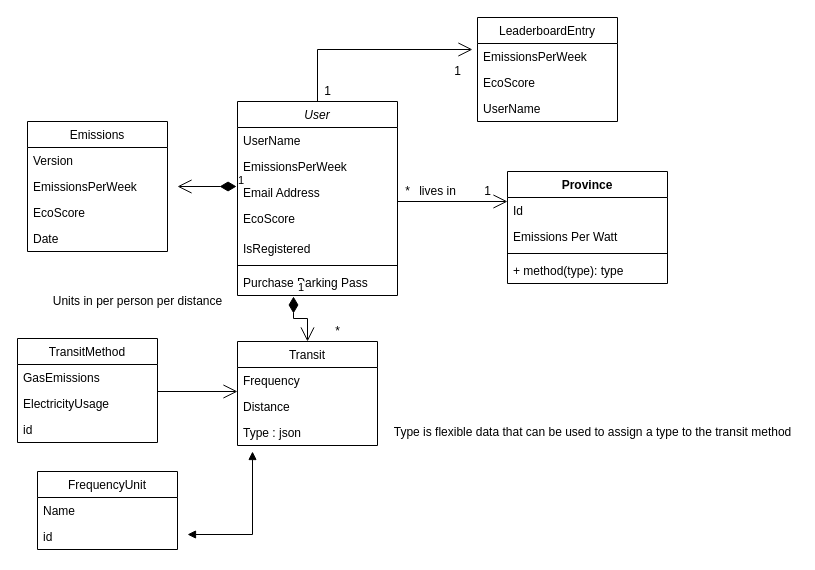
Before: Untitled Diagram.drawio in chrisvettese/microsoft-hackathon-2021, a draw.io diagram. Source tidied: cells renumbered, new cells numbered last; positions are measured from the earlier drawing's top-left corner, leaving out a move shared by most shapes. Both pictures are drawn from the tidied source at 100%, with x=0, y=0 at pixel (17, 17).
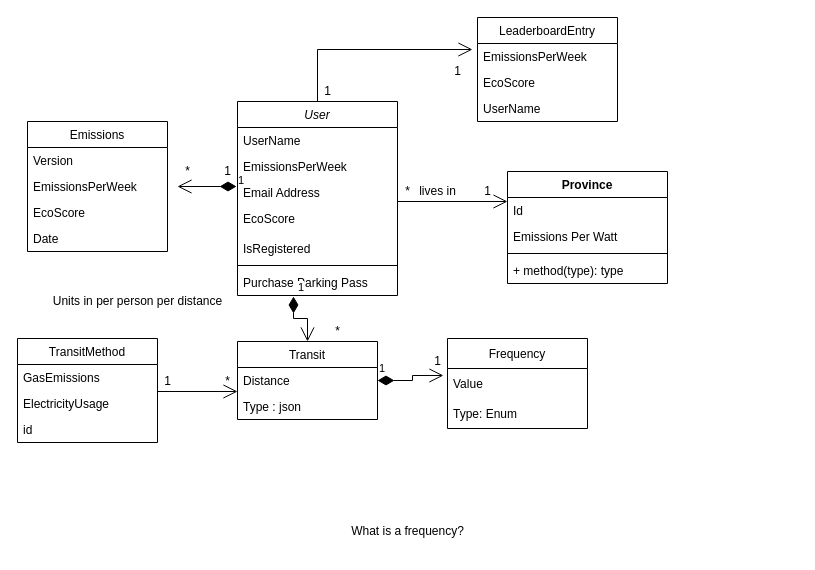
The same page after the edit.

Diff of the diagram source:
```diff
@@
     <mxCell id="10" value="Transit" style="swimlane;fontStyle=0;horizontal=1;startSize=26;fillColor=none;" parent="1" vertex="1">
-      <mxGeometry x="220" y="324" width="140" height="104" as="geometry" />
+      <mxGeometry x="220" y="324" width="140" height="78" as="geometry" />
     </mxCell>
-    <mxCell id="11" value="Frequency" style="text;strokeColor=none;fillColor=none;align=left;verticalAlign=top;spacingLeft=4;spacingRight=4;overflow=hidden;" parent="10" vertex="1">
-      <mxGeometry y="26" width="140" height="26" as="geometry" />
-    </mxCell>
     <mxCell id="12" value="Distance" style="text;strokeColor=none;fillColor=none;align=left;verticalAlign=top;spacingLeft=4;spacingRight=4;overflow=hidden;points=[[0,0.5],[1,0.5]];portConstraint=eastwest;" parent="10" vertex="1">
-      <mxGeometry y="52" width="140" height="26" as="geometry" />
+      <mxGeometry y="26" width="140" height="26" as="geometry" />
     </mxCell>
     <mxCell id="13" value="Type : json" style="text;strokeColor=none;fillColor=none;align=left;verticalAlign=top;spacingLeft=4;spacingRight=4;overflow=hidden;" parent="10" vertex="1">
-      <mxGeometry y="78" width="140" height="26" as="geometry" />
+      <mxGeometry y="52" width="140" height="26" as="geometry" />
     </mxCell>
@@
-    <mxCell id="18" value="FrequencyUnit" style="swimlane;fontStyle=0;horizontal=1;startSize=26;fillColor=none;" parent="1" vertex="1">
-      <mxGeometry x="20" y="454" width="140" height="78" as="geometry" />
-    </mxCell>
-    <mxCell id="19" value="Name" style="text;strokeColor=none;fillColor=none;align=left;verticalAlign=top;spacingLeft=4;spacingRight=4;overflow=hidden;" parent="18" vertex="1">
-      <mxGeometry y="26" width="140" height="26" as="geometry" />
-    </mxCell>
-    <mxCell id="20" value="id" style="text;strokeColor=none;fillColor=none;align=left;verticalAlign=top;spacingLeft=4;spacingRight=4;overflow=hidden;" parent="18" vertex="1">
-      <mxGeometry y="52" width="140" height="26" as="geometry" />
-    </mxCell>
-    <mxCell id="21" style="endArrow=block;startArrow=block;endFill=1;startFill=1;html=1;rounded=0;" parent="1" edge="1">
-      <mxGeometry relative="1" as="geometry">
-        <mxPoint x="170" y="517" as="sourcePoint" />
-        <mxPoint x="235" y="434" as="targetPoint" />
-        <Array as="points">
-          <mxPoint x="235" y="517" />
-        </Array>
-      </mxGeometry>
-    </mxCell>
@@
-    <mxCell id="48" value="Type is flexible data that can be used to assign a type to the transit method" style="text;html=1;align=center;verticalAlign=middle;strokeColor=none;fillColor=none;" parent="1" vertex="1">
-      <mxGeometry x="370" y="405" width="410" height="20" as="geometry" />
-    </mxCell>
+    <mxCell id="49" value="1" style="text;html=1;align=center;verticalAlign=middle;strokeColor=none;fillColor=none;" parent="1" vertex="1">
+      <mxGeometry x="200" y="144" width="20" height="20" as="geometry" />
+    </mxCell>
+    <mxCell id="50" value="*" style="text;html=1;align=center;verticalAlign=middle;strokeColor=none;fillColor=none;" parent="1" vertex="1">
+      <mxGeometry x="160" y="144" width="20" height="20" as="geometry" />
+    </mxCell>
+    <mxCell id="51" value="What is a frequency?" style="text;html=1;align=center;verticalAlign=middle;strokeColor=none;fillColor=none;" parent="1" vertex="1">
+      <mxGeometry x="325" y="504" width="130" height="20" as="geometry" />
+    </mxCell>
+    <mxCell id="11" value="Frequency" style="swimlane;fontStyle=0;horizontal=1;startSize=30;" parent="1" vertex="1">
+      <mxGeometry x="430" y="321" width="140" height="90" as="geometry" />
+    </mxCell>
+    <mxCell id="52" value="Value" style="text;strokeColor=none;fillColor=none;align=left;verticalAlign=middle;spacingLeft=4;spacingRight=4;overflow=hidden;points=[[0,0.5],[1,0.5]];portConstraint=eastwest;" parent="11" vertex="1">
+      <mxGeometry y="30" width="140" height="30" as="geometry" />
+    </mxCell>
+    <mxCell id="53" value="Type: Enum" style="text;strokeColor=none;fillColor=none;align=left;verticalAlign=middle;spacingLeft=4;spacingRight=4;overflow=hidden;" parent="11" vertex="1">
+      <mxGeometry y="60" width="140" height="30" as="geometry" />
+    </mxCell>
+    <mxCell id="54" value="1" style="endArrow=open;html=1;endSize=12;startArrow=diamondThin;startSize=14;startFill=1;edgeStyle=orthogonalEdgeStyle;align=left;verticalAlign=bottom;rounded=0;entryX=-0.029;entryY=0.233;entryDx=0;entryDy=0;entryPerimeter=0;" parent="1" edge="1" source="12" target="52">
+      <mxGeometry x="-1" y="3" relative="1" as="geometry" />
+    </mxCell>
+    <mxCell id="55" value="*" style="text;html=1;align=center;verticalAlign=middle;strokeColor=none;fillColor=none;" parent="1" vertex="1">
+      <mxGeometry x="200" y="354" width="20" height="20" as="geometry" />
+    </mxCell>
+    <mxCell id="56" value="1" style="text;html=1;align=center;verticalAlign=middle;strokeColor=none;fillColor=none;" parent="1" vertex="1">
+      <mxGeometry x="140" y="354" width="20" height="20" as="geometry" />
+    </mxCell>
+    <mxCell id="57" value="1" style="text;html=1;align=center;verticalAlign=middle;strokeColor=none;fillColor=none;" parent="1" vertex="1">
+      <mxGeometry x="410" y="334" width="20" height="20" as="geometry" />
+    </mxCell>
```
